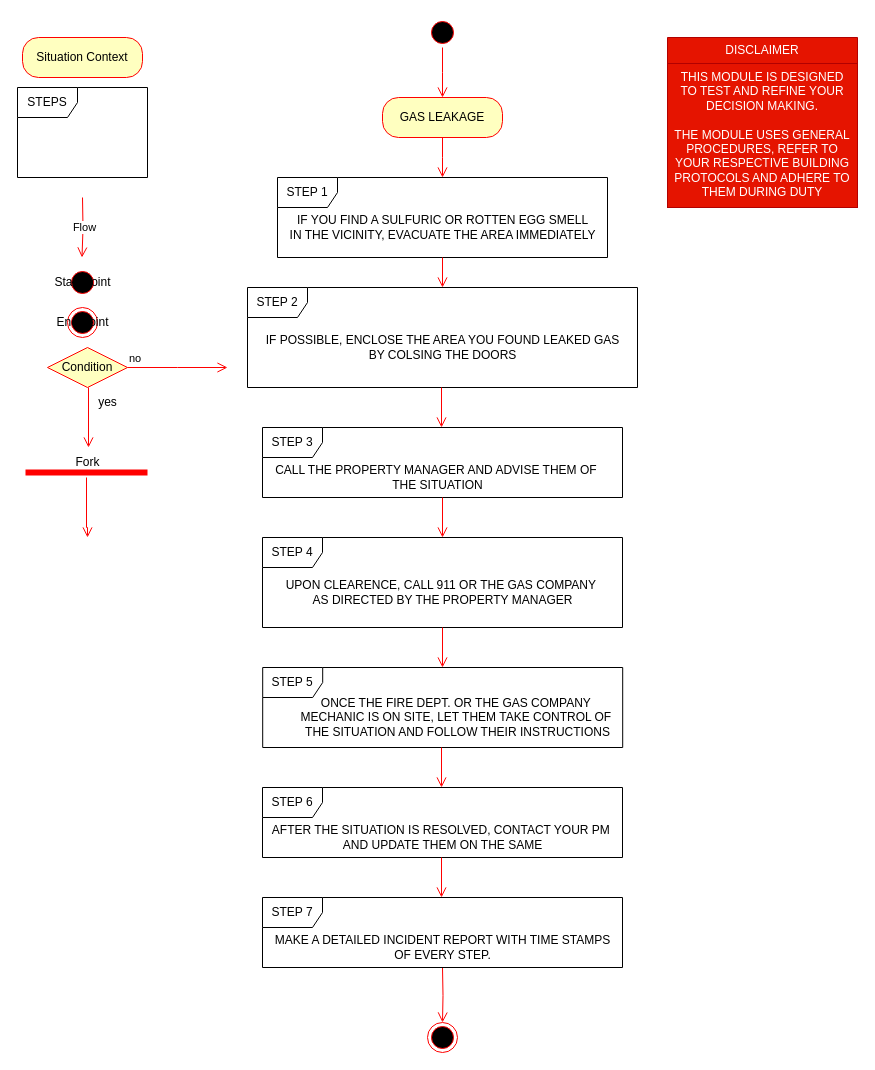
s-nasir/ModTrain keeps this draw.io diagram as MODULES/Mod 3 Procedure GAS.drawio. Above is the earlier version. Source tidied: cells renumbered, new cells numbered last; positions are measured from the earlier drawing's top-left corner, leaving out a move shared by most shapes. Both pictures are drawn from the tidied source at 100%, with x=0, y=0 at pixel (17, 17).
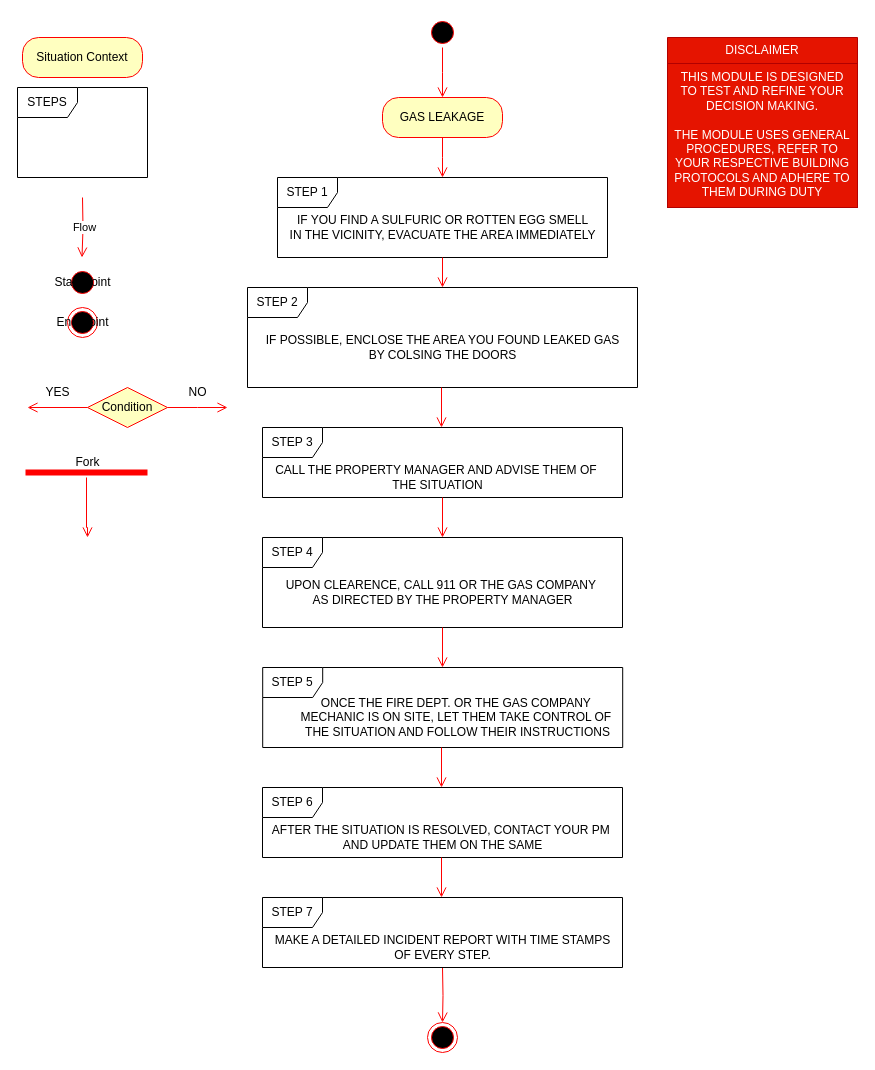
The same diagram, later.

Commit message:
Updated condition style Mod 3 Procedure GAS

Change to the diagram source:
```diff
@@
-    <mxCell id="23" value="Condition" style="rhombus;whiteSpace=wrap;html=1;fontColor=#000000;fillColor=#ffffc0;strokeColor=#ff0000;" parent="1" vertex="1">
-      <mxGeometry x="30" y="330" width="80" height="40" as="geometry" />
-    </mxCell>
-    <mxCell id="24" value="no" style="edgeStyle=orthogonalEdgeStyle;html=1;align=left;verticalAlign=bottom;endArrow=open;endSize=8;strokeColor=#ff0000;rounded=0;" parent="1" edge="1" source="23">
-      <mxGeometry x="-1" relative="1" as="geometry">
-        <mxPoint x="210" y="350" as="targetPoint" />
-      </mxGeometry>
-    </mxCell>
-    <mxCell id="25" style="edgeStyle=orthogonalEdgeStyle;html=1;align=left;verticalAlign=top;endArrow=open;endSize=8;strokeColor=#ff0000;rounded=0;" parent="1" edge="1">
-      <mxGeometry x="0.2" y="60" relative="1" as="geometry">
-        <mxPoint x="71" y="370" as="sourcePoint" />
-        <mxPoint x="71" y="430" as="targetPoint" />
-        <Array as="points">
-          <mxPoint x="71" y="370" />
-          <mxPoint x="71" y="370" />
-        </Array>
-      </mxGeometry>
-    </mxCell>
-    <mxCell id="26" value="yes" style="text;html=1;align=center;verticalAlign=middle;strokeColor=none;fillColor=none;" parent="1" vertex="1">
-      <mxGeometry x="70" y="370" width="40" height="30" as="geometry" />
-    </mxCell>
@@
+    <mxCell id="23" value="Condition" style="rhombus;whiteSpace=wrap;html=1;fontColor=#000000;fillColor=#ffffc0;strokeColor=#ff0000;" parent="1" vertex="1">
+      <mxGeometry x="70" y="370" width="80" height="40" as="geometry" />
+    </mxCell>
+    <mxCell id="43" style="edgeStyle=orthogonalEdgeStyle;html=1;align=left;verticalAlign=bottom;endArrow=open;endSize=8;strokeColor=#ff0000;rounded=0;" parent="1" edge="1" source="23">
+      <mxGeometry x="-0.25" y="10" relative="1" as="geometry">
+        <mxPoint x="210" y="390" as="targetPoint" />
+      </mxGeometry>
+    </mxCell>
+    <mxCell id="44" style="edgeStyle=orthogonalEdgeStyle;html=1;align=left;verticalAlign=top;endArrow=open;endSize=8;strokeColor=#ff0000;rounded=0;" parent="1" edge="1">
+      <mxGeometry x="0.2" y="60" relative="1" as="geometry">
+        <mxPoint x="70" y="390" as="sourcePoint" />
+        <mxPoint x="10" y="390" as="targetPoint" />
+        <Array as="points">
+          <mxPoint x="70" y="390" />
+          <mxPoint x="70" y="390" />
+        </Array>
+      </mxGeometry>
+    </mxCell>
+    <mxCell id="45" value="YES" style="text;html=1;align=center;verticalAlign=middle;strokeColor=none;fillColor=none;" parent="1" vertex="1">
+      <mxGeometry x="15" y="360" width="50" height="30" as="geometry" />
+    </mxCell>
+    <mxCell id="46" value="NO" style="text;html=1;align=center;verticalAlign=middle;strokeColor=none;fillColor=none;" parent="1" vertex="1">
+      <mxGeometry x="160" y="360" width="40" height="30" as="geometry" />
+    </mxCell>
```
